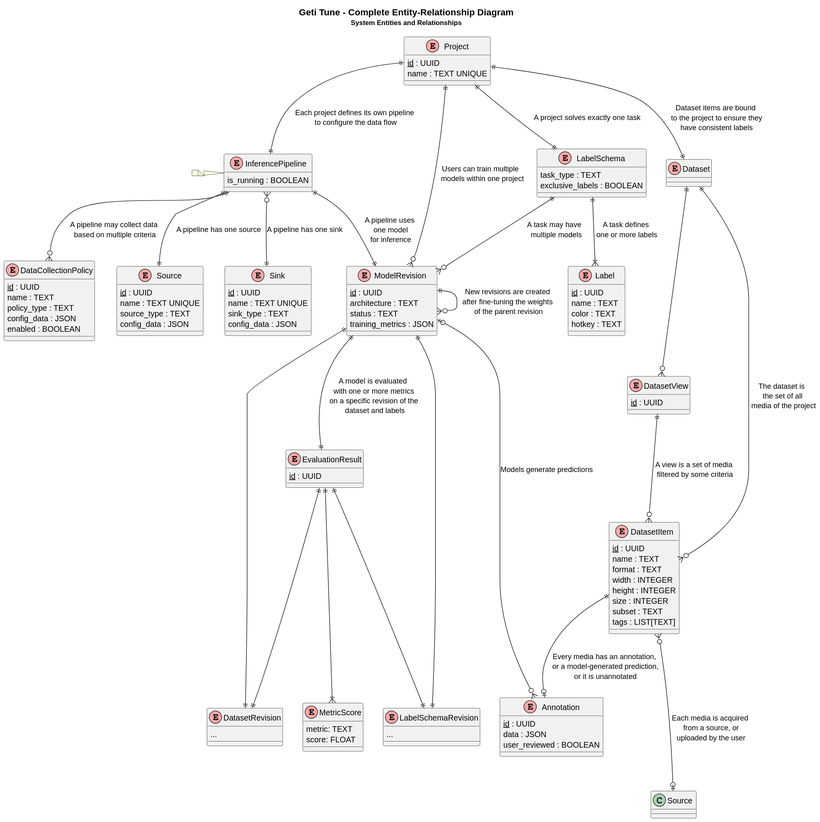
Before: application/docs/media/er/full.svg, a diagram exported from PlantUML (open-edge-platform/training_extensions). The source it was exported from:
```plantuml
@startuml
!define entity(x) class x << (E,#FFAAAA) >>
!define pk(x) <u>x</u>

title
<size:16><b>Geti Tune - Complete Entity-Relationship Diagram</b></size>
<size:12>System Entities and Relationships</size>
end title


entity(Project) {
  pk(id) : UUID
  name : TEXT UNIQUE
}

entity(LabelSchema) {
  task_type : TEXT
  exclusive_labels : BOOLEAN
}

entity(LabelSchemaRevision) {
  ...
}

entity(Label) {
  pk(id) : UUID
  name : TEXT
  color : TEXT
  hotkey : TEXT
}

entity(InferencePipeline) {
  is_running : BOOLEAN
}

entity(Source) {
  pk(id) : UUID
  name : TEXT UNIQUE
  source_type : TEXT
  config_data : JSON
}

entity(Sink) {
  pk(id) : UUID
  name : TEXT UNIQUE
  sink_type : TEXT
  config_data : JSON
}

entity(DataCollectionPolicy) {
  pk(id) : UUID
  name : TEXT
  policy_type : TEXT
  config_data : JSON
  enabled : BOOLEAN
}

entity(Dataset) {}

entity(DatasetView) {
  pk(id) : UUID
}

entity(DatasetRevision) {
  ...
}

entity(DatasetItem) {
  pk(id) : UUID
  name : TEXT
  format : TEXT
  width : INTEGER
  height : INTEGER
  size : INTEGER
  subset : TEXT
  tags : LIST[TEXT]
}

entity(Annotation) {
  pk(id) : UUID
  data : JSON
  user_reviewed : BOOLEAN
}

entity(ModelRevision) {
  pk(id) : UUID
  architecture : TEXT
  status : TEXT
  training_metrics : JSON
}

entity(EvaluationResult) {
  pk(id) : UUID
}

entity(MetricScore) {
  metric: TEXT
  score: FLOAT
}

Project ||--|| LabelSchema : "A project solves exactly one task"
Project ||--|| InferencePipeline : "Each project defines its own pipeline \nto configure the data flow"
Project ||--|| Dataset : "Dataset items are bound\n to the project to ensure they\n have consistent labels"
Project ||--o{ ModelRevision : "Users can train multiple \n models within one project"

LabelSchema ||--|{ Label : "A task defines\n one or more labels"
LabelSchema ||--o{ ModelRevision : "A task may have \n multiple models"

InferencePipeline ||--|| Source : "A pipeline has one source"
InferencePipeline }o--|| Sink : "A pipeline has one sink"
InferencePipeline ||--o{ DataCollectionPolicy : "A pipeline may collect data\n based on multiple criteria"
InferencePipeline ||--|| ModelRevision : "A pipeline uses\n one model\n for inference"

Dataset ||---o{ DatasetItem: "The dataset is \n the set of all \n media of the project"
Dataset ||---o{ DatasetView
DatasetItem ||--o| Annotation : "Every media has an annotation,\n or a model-generated prediction,\n or it is unannotated"
DatasetItem }o---o| "Source " : "Each media is acquired\n from a source, or\n uploaded by the user"
DatasetView ||---o{ DatasetItem: "A view is a set of media\n filtered by some criteria"

ModelRevision ||---o{ ModelRevision : "New revisions are created\n after fine-tuning the weights \n of the parent revision"
ModelRevision |o---o{ Annotation : "Models generate predictions"
ModelRevision ||---|| LabelSchemaRevision
ModelRevision ||---|| DatasetRevision
ModelRevision ||---|| EvaluationResult : "A model is evaluated \n with one or more metrics \n on a specific revision of the \n dataset and labels"
EvaluationResult ||---|| LabelSchemaRevision
EvaluationResult ||---|| DatasetRevision
EvaluationResult ||---|{ MetricScore

note left of InferencePipeline
end note
@enduml
```
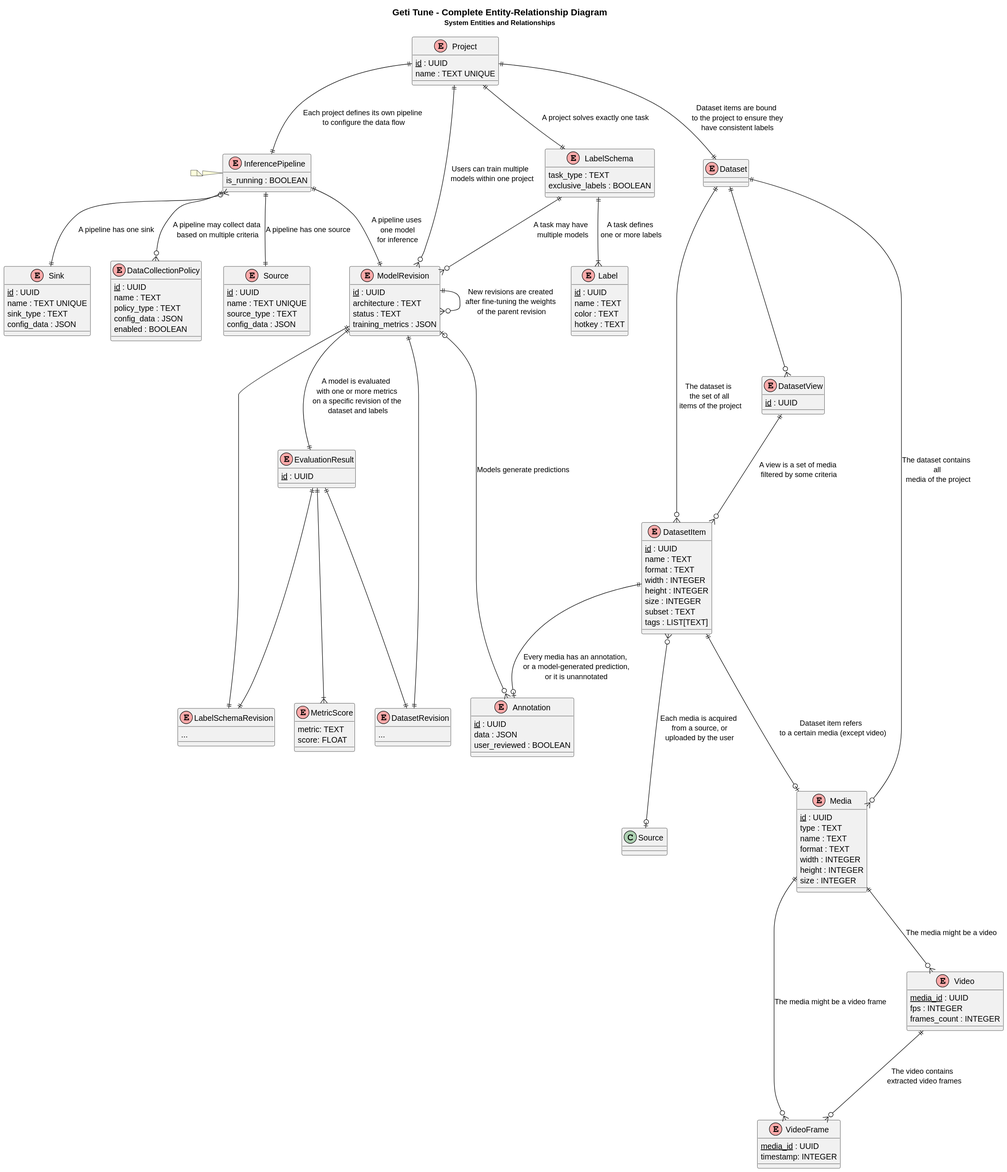
Above is the later version.

Commit message:
Video upload design

The edit, as a diff of the source:
```diff
@@ -65,6 +65,27 @@
   ...
 }
 
+entity(Media) {
+  pk(id) : UUID
+  type : TEXT
+  name : TEXT
+  format : TEXT
+  width : INTEGER
+  height : INTEGER
+  size : INTEGER
+}
+
+entity(Video) {
+  pk(media_id) : UUID
+  fps : INTEGER
+  frames_count : INTEGER
+}
+
+entity(VideoFrame) {
+  pk(media_id) : UUID
+  timestamp: INTEGER
+}
+
 entity(DatasetItem) {
   pk(id) : UUID
   name : TEXT
@@ -111,10 +132,15 @@
 InferencePipeline ||--o{ DataCollectionPolicy : "A pipeline may collect data\n based on multiple criteria"
 InferencePipeline ||--|| ModelRevision : "A pipeline uses\n one model\n for inference"
 
-Dataset ||---o{ DatasetItem: "The dataset is \n the set of all \n media of the project"
+Dataset ||---o{ DatasetItem: "The dataset is \n the set of all \n items of the project"
+Dataset ||---o{ Media: "The dataset contains \n all \n media of the project"
 Dataset ||---o{ DatasetView
+Media ||---o{ Video: "The media might be a video"
+Media ||---o{ VideoFrame: "The media might be a video frame"
+Video ||---o{ VideoFrame: "The video contains \n extracted video frames"
 DatasetItem ||--o| Annotation : "Every media has an annotation,\n or a model-generated prediction,\n or it is unannotated"
 DatasetItem }o---o| "Source " : "Each media is acquired\n from a source, or\n uploaded by the user"
+DatasetItem ||---o| "Media" : "Dataset item refers \n to a certain media (except video)"
 DatasetView ||---o{ DatasetItem: "A view is a set of media\n filtered by some criteria"
 
 ModelRevision ||---o{ ModelRevision : "New revisions are created\n after fine-tuning the weights \n of the parent revision"
```
